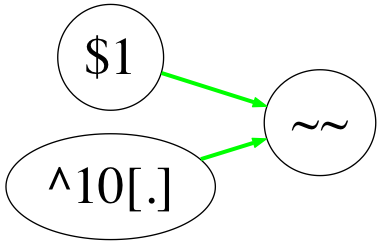
This is godfw-hoq-20160405/opcode-idiom2.png from jmscott/talk, a Graphviz export, as it was before one commit. Its source is kept beside it as godfw-hoq-20160405/opcode-idiom2.dot.
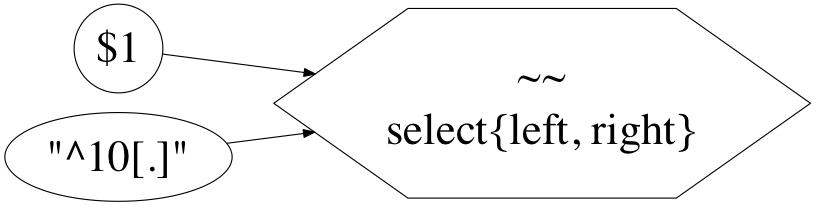
Later version of the same file.

Change to the diagram source:
```diff
@@ -7,11 +7,10 @@
 	node [
 		fontsize=40
 	]
-	edge [
-		color=green
-		weight=1
-		penwidth=3
+	RE_MATCH [
+		label = "~~\nselect{left, right}"
+		shape = "hexagon"
 	]
-	"$1" -> "~~"
-	"^10[.]" -> "~~"
+	"$1" -> RE_MATCH
+	"\"^10[.]\"" -> RE_MATCH
 }
```
